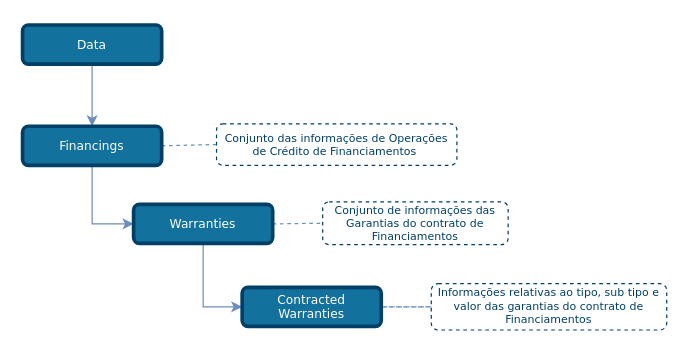
Above: draw_io_diagrams/financings/TLD_Financings_Warranties.drawio in OpenBanking-Brasil/areadesenvolvedor (draw.io), before the change. Source tidied: cells renumbered, new cells numbered last; positions are measured from the earlier drawing's top-left corner, leaving out a move shared by most shapes. Both pictures are drawn from the tidied source at 122%, with x=0, y=0 at pixel (22, 24).
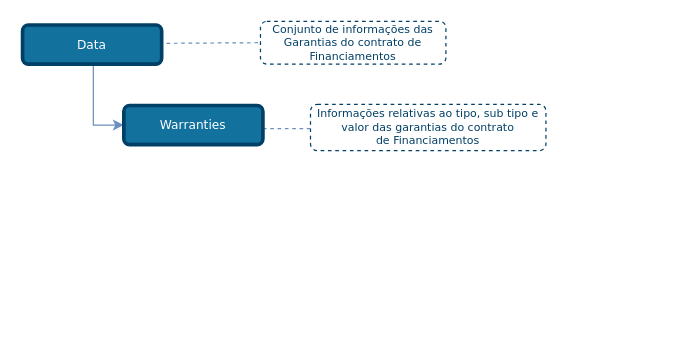
After the change.

Change to the diagram source:
```diff
@@
 <mxGraphModel>
   <root>
     <mxCell id="0" />
     <mxCell id="1" parent="0" />
-    <mxCell id="2" style="edgeStyle=none;rounded=1;jettySize=auto;html=1;entryX=0;entryY=0.5;entryDx=0;entryDy=0;dashed=1;endArrow=none;endFill=0;endSize=6;strokeColor=#6C8EBF;exitX=1;exitY=0.5;exitDx=0;exitDy=0;" parent="1" edge="1" source="14" target="8">
-      <mxGeometry relative="1" as="geometry" />
+    <mxCell id="2" style="edgeStyle=none;rounded=1;jettySize=auto;html=1;entryX=0;entryY=0.5;entryDx=0;entryDy=0;dashed=1;endArrow=none;endFill=0;endSize=6;strokeColor=#6C8EBF;" parent="1" edge="1" target="8">
+      <mxGeometry relative="1" as="geometry">
+        <mxPoint x="118" y="15" as="sourcePoint" />
+      </mxGeometry>
     </mxCell>
-    <mxCell id="3" style="edgeStyle=orthogonalEdgeStyle;rounded=0;jettySize=auto;html=1;entryX=0.5;entryY=0;entryDx=0;entryDy=0;endSize=6;fillColor=#dae8fc;strokeColor=#6c8ebf;comic=0;shadow=0;backgroundOutline=0;snapToPoint=0;fixDash=0;endArrow=classic;endFill=1;exitX=0.5;exitY=1;exitDx=0;exitDy=0;" parent="1" edge="1" source="12" target="6">
-      <mxGeometry relative="1" as="geometry" />
-    </mxCell>
-    <mxCell id="4" style="edgeStyle=orthogonalEdgeStyle;rounded=0;jettySize=auto;html=1;exitX=0.5;exitY=1;exitDx=0;exitDy=0;entryX=0;entryY=0.5;entryDx=0;entryDy=0;strokeColor=#6C8EBF;endArrow=classic;endFill=1;" parent="1" edge="1" source="6" target="14">
-      <mxGeometry relative="1" as="geometry" />
+    <mxCell id="4" style="edgeStyle=orthogonalEdgeStyle;rounded=0;jettySize=auto;html=1;exitX=0.5;exitY=1;exitDx=0;exitDy=0;entryX=0;entryY=0.5;entryDx=0;entryDy=0;strokeColor=#6C8EBF;endArrow=classic;endFill=1;" parent="1" edge="1" source="12" target="14">
+      <mxGeometry relative="1" as="geometry">
+        <Array as="points">
+          <mxPoint x="58" y="32" />
+          <mxPoint x="58" y="82" />
+        </Array>
+      </mxGeometry>
     </mxCell>
-    <mxCell id="5" style="edgeStyle=none;rounded=1;jettySize=auto;html=1;exitX=1;exitY=0.5;exitDx=0;exitDy=0;entryX=0;entryY=0.5;entryDx=0;entryDy=0;dashed=1;endArrow=none;endFill=0;endSize=6;strokeColor=#6C8EBF;" parent="1" edge="1" source="6" target="7">
-      <mxGeometry relative="1" as="geometry" />
-    </mxCell>
-    <mxCell id="6" value="Financings" style="rounded=1;whiteSpace=wrap;html=1;comic=0;shadow=0;backgroundOutline=0;snapToPoint=0;fixDash=0;strokeWidth=3;fontFamily=Verdana;fontStyle=0;labelBackgroundColor=none;labelBorderColor=none;fontSize=10;fillColor=#13719E;strokeColor=#003F66;fontColor=#ffffff;" parent="1" vertex="1">
-      <mxGeometry y="83" width="114" height="32" as="geometry" />
-    </mxCell>
-    <mxCell id="7" value="&lt;font style=&quot;font-size: 9px&quot;&gt;Conjunto das informações de Operações de Crédito de Financiamentos&amp;nbsp;&lt;/font&gt;" style="rounded=1;whiteSpace=wrap;html=1;shadow=0;comic=0;strokeColor=#003F66;strokeWidth=1;fillColor=#ffffff;fontFamily=Verdana;fontSize=9;fontColor=#003F66;dashed=1;spacingLeft=5;spacing=0;spacingRight=5;spacingBottom=5;spacingTop=5;align=center;verticalAlign=middle;gradientColor=#ffffff;" parent="1" vertex="1">
-      <mxGeometry x="159" y="81" width="197" height="34" as="geometry" />
-    </mxCell>
     <mxCell id="8" value="&lt;font style=&quot;font-size: 9px&quot;&gt;Conjunto de informações das Garantias do contrato de Financiamentos&lt;/font&gt;" style="rounded=1;whiteSpace=wrap;html=1;shadow=0;comic=0;strokeColor=#003F66;strokeWidth=1;fillColor=#ffffff;fontFamily=Verdana;fontSize=9;fontColor=#003F66;dashed=1;spacingLeft=5;spacing=0;spacingRight=5;spacingBottom=5;spacingTop=5;align=center;verticalAlign=middle;gradientColor=#ffffff;" parent="1" vertex="1">
-      <mxGeometry x="246" y="145" width="152" height="35" as="geometry" />
+      <mxGeometry x="195" y="-3" width="152" height="35" as="geometry" />
     </mxCell>
-    <mxCell id="9" style="edgeStyle=none;rounded=1;jettySize=auto;html=1;entryX=0;entryY=0.5;entryDx=0;entryDy=0;dashed=1;endArrow=none;endFill=0;endSize=6;strokeColor=#6C8EBF;exitX=1;exitY=0.5;exitDx=0;exitDy=0;" parent="1" edge="1" source="15" target="10">
-      <mxGeometry relative="1" as="geometry" />
-    </mxCell>
-    <mxCell id="10" value="&lt;font style=&quot;font-size: 9px&quot;&gt;Informações relativas ao tipo, sub tipo e valor das garantias do contrato de Financiamentos&lt;/font&gt;" style="rounded=1;whiteSpace=wrap;html=1;shadow=0;comic=0;strokeColor=#003F66;strokeWidth=1;fillColor=#ffffff;fontFamily=Verdana;fontSize=9;fontColor=#003F66;dashed=1;spacingLeft=5;spacing=0;spacingRight=5;spacingBottom=5;spacingTop=5;align=center;verticalAlign=middle;gradientColor=#ffffff;" parent="1" vertex="1">
-      <mxGeometry x="335" y="212" width="193" height="38" as="geometry" />
+    <mxCell id="10" value="&lt;font style=&quot;font-size: 9px&quot;&gt;Informações relativas ao tipo, sub tipo e valor das garantias do contrato de&amp;nbsp;&lt;/font&gt;Financiamentos" style="rounded=1;whiteSpace=wrap;html=1;shadow=0;comic=0;strokeColor=#003F66;strokeWidth=1;fillColor=#ffffff;fontFamily=Verdana;fontSize=9;fontColor=#003F66;dashed=1;spacingLeft=5;spacing=0;spacingRight=5;spacingBottom=5;spacingTop=5;align=center;verticalAlign=middle;gradientColor=#ffffff;" parent="1" vertex="1">
+      <mxGeometry x="236" y="65" width="193" height="38" as="geometry" />
     </mxCell>
-    <mxCell id="11" style="edgeStyle=orthogonalEdgeStyle;rounded=0;jettySize=auto;html=1;exitX=0.5;exitY=1;exitDx=0;exitDy=0;entryX=0;entryY=0.5;entryDx=0;entryDy=0;strokeColor=#6C8EBF;endArrow=classic;endFill=1;" parent="1" edge="1" source="14" target="15">
-      <mxGeometry relative="1" as="geometry" />
-    </mxCell>
     <mxCell id="12" value="Data" style="rounded=1;whiteSpace=wrap;html=1;comic=0;shadow=0;backgroundOutline=0;snapToPoint=0;fixDash=0;strokeWidth=3;fontFamily=Verdana;fontStyle=0;labelBackgroundColor=none;labelBorderColor=none;fontSize=10;fillColor=#13719E;strokeColor=#003F66;fontColor=#ffffff;" parent="1" vertex="1">
       <mxGeometry width="114" height="32" as="geometry" />
     </mxCell>
     <mxCell id="13" style="edgeStyle=none;rounded=1;orthogonalLoop=1;jettySize=auto;html=1;entryX=0;entryY=0.5;entryDx=0;entryDy=0;dashed=1;endArrow=none;endFill=0;endSize=6;strokeColor=#6C8EBF;exitX=1;exitY=0.5;exitDx=0;exitDy=0;" parent="1" edge="1">
       <mxGeometry relative="1" as="geometry">
-        <mxPoint x="296" y="231" as="sourcePoint" />
-        <mxPoint x="337" y="231" as="targetPoint" />
+        <mxPoint x="197" y="85" as="sourcePoint" />
+        <mxPoint x="238" y="85" as="targetPoint" />
       </mxGeometry>
     </mxCell>
     <mxCell id="14" value="Warranties" style="rounded=1;whiteSpace=wrap;html=1;comic=0;shadow=0;backgroundOutline=0;snapToPoint=0;fixDash=0;strokeWidth=3;fontFamily=Verdana;fontStyle=0;labelBackgroundColor=none;labelBorderColor=none;fontSize=10;fillColor=#13719E;strokeColor=#003F66;fontColor=#ffffff;" parent="1" vertex="1">
-      <mxGeometry x="91" y="147" width="114" height="32" as="geometry" />
+      <mxGeometry x="83" y="66" width="114" height="32" as="geometry" />
     </mxCell>
-    <mxCell id="15" value="Contracted Warranties" style="rounded=1;whiteSpace=wrap;html=1;comic=0;shadow=0;backgroundOutline=0;snapToPoint=0;fixDash=0;strokeWidth=3;fontFamily=Verdana;fontStyle=0;labelBackgroundColor=none;labelBorderColor=none;fontSize=10;fillColor=#13719E;strokeColor=#003F66;fontColor=#ffffff;" parent="1" vertex="1">
-      <mxGeometry x="180" y="215" width="114" height="32" as="geometry" />
-    </mxCell>
   </root>
 </mxGraphModel>
```
